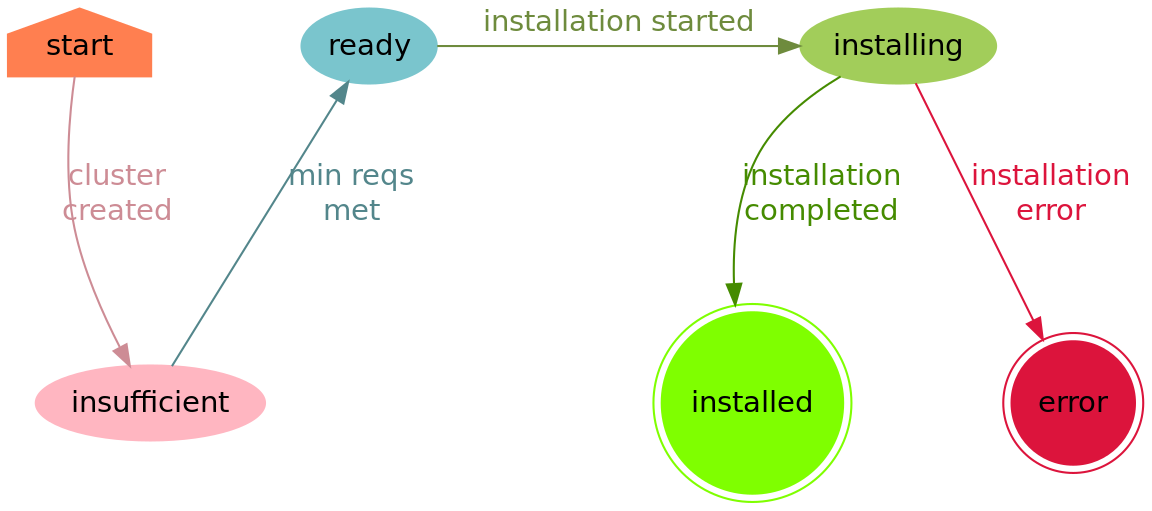
This is docs/ClusterState.png from openshift/assisted-service, a Graphviz export, as it was before one commit. Its source is kept beside it as docs/ClusterState.dot.
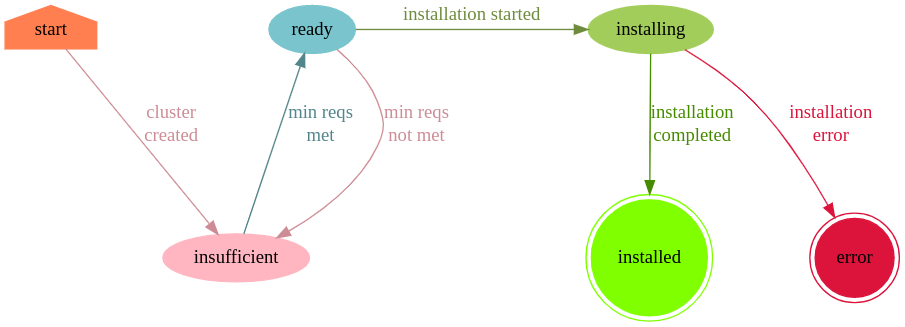
Later version of the same file.

Commit message:
Cluster state machine: add ready->insufficient

Change to the diagram source:
```diff
@@ -1,8 +1,6 @@
 digraph ClusterStateMachine {
     graph [nodesep = "1.0", ranksep = "1.0"];
     node [style = filled];
-    compound = true;
-    newrank = false;
 
     start [shape = house, color = coral];
     insufficient [color = lightpink];
@@ -13,6 +11,8 @@
 
     start -> insufficient [label = "cluster\ncreated", color=lightpink3, fontcolor=lightpink3];
     insufficient -> ready [label = "min reqs\nmet", color=cadetblue4, fontcolor=cadetblue4];
+    ready -> insufficient [label = "min reqs\nnot met", color=lightpink3, fontcolor=lightpink3];
+    ready -> insufficient [style=invis];
     ready -> installing [label = "installation started", color=darkolivegreen4, fontcolor=darkolivegreen4];
     installing -> installed [label = "installation\ncompleted", color=chartreuse4, fontcolor=chartreuse4];
     installing -> error [label = "installation\nerror", color=crimson, fontcolor=crimson];
```
